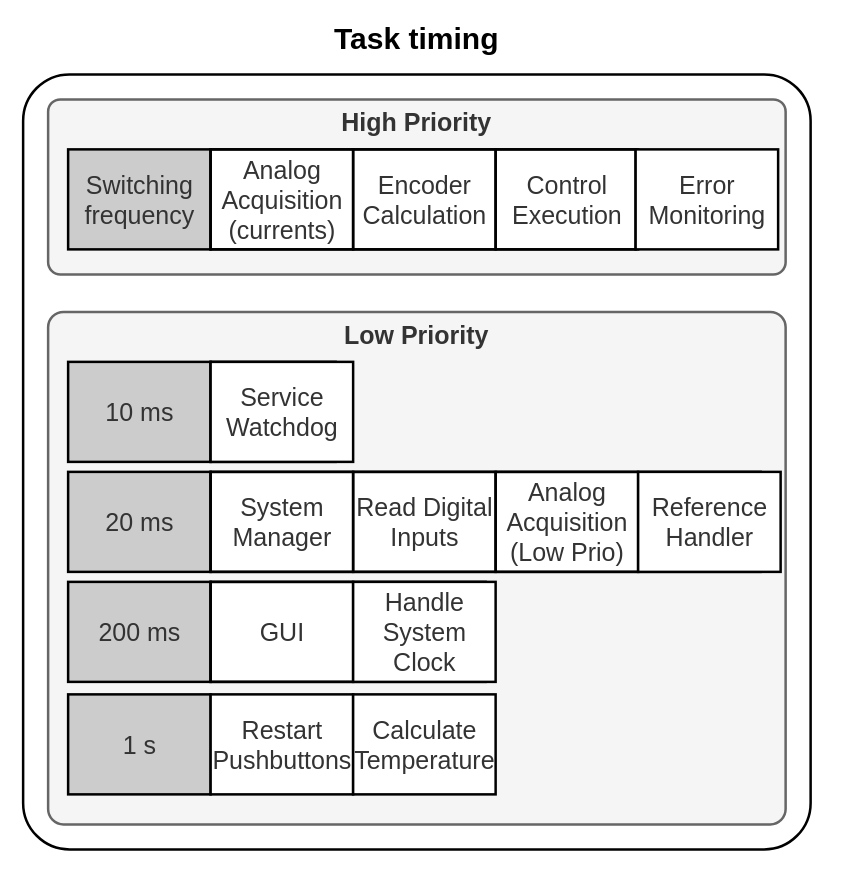
This is Report/Diagrams/TemplateTaskTiming.drawio from NicolaiFransen/SemesterProjectPED2, a draw.io file, before an edit. Source tidied: cells renumbered, new cells numbered last; positions are measured from the earlier drawing's top-left corner, leaving out a move shared by most shapes. Both pictures are drawn from the tidied source at 125%, with x=0, y=0 at pixel (22, 25).
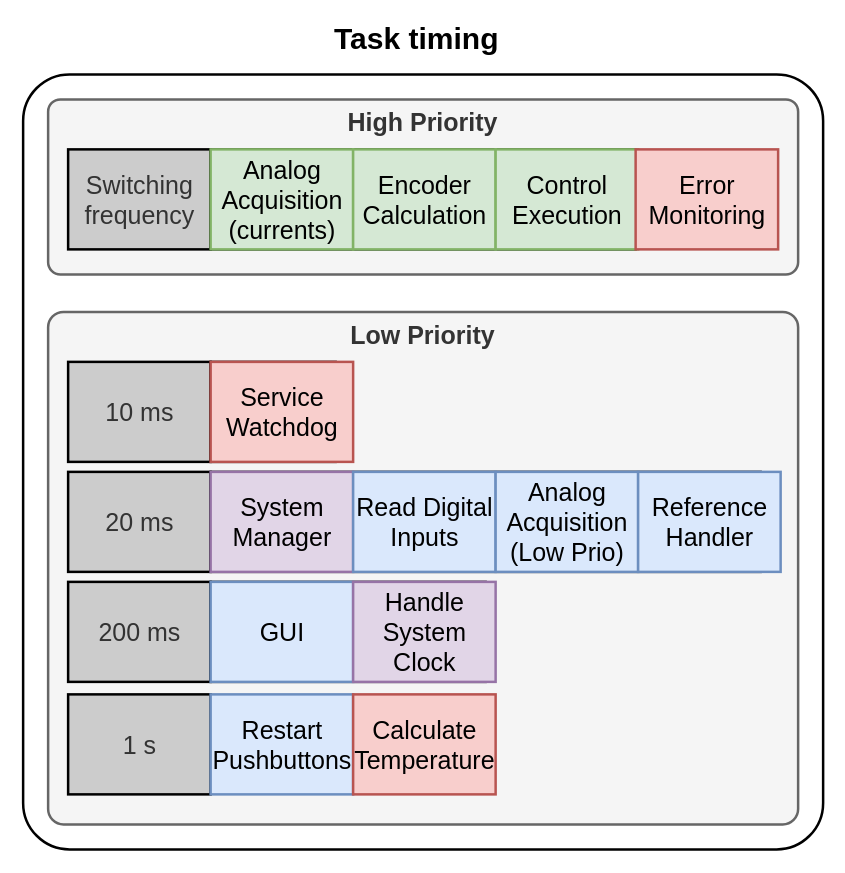
The same page after the edit.

Diff of the diagram source:
```diff
@@
     <mxCell id="2" style="rounded=1;whiteSpace=wrap;html=1;strokeWidth=2;shadow=0;imageAspect=1;arcSize=6;" parent="1" vertex="1">
-      <mxGeometry y="39" width="630" height="620" as="geometry" />
+      <mxGeometry y="39" width="640" height="620" as="geometry" />
     </mxCell>
     <mxCell id="3" value="Low Priority" style="rounded=1;whiteSpace=wrap;html=1;shadow=0;glass=0;comic=0;strokeWidth=2;fillColor=#f5f5f5;strokeColor=#666666;fontColor=#333333;verticalAlign=top;fontSize=20;fontStyle=1;arcSize=3;" parent="1" vertex="1">
-      <mxGeometry x="20" y="229" width="590" height="410" as="geometry" />
+      <mxGeometry x="20" y="229" width="600" height="410" as="geometry" />
     </mxCell>
     <mxCell id="4" value="High Priority" style="rounded=1;whiteSpace=wrap;html=1;shadow=0;glass=0;comic=0;strokeWidth=2;fillColor=#f5f5f5;strokeColor=#666666;fontColor=#333333;verticalAlign=top;fontSize=20;fontStyle=1;arcSize=7;" parent="1" vertex="1">
-      <mxGeometry x="20" y="59" width="590" height="140" as="geometry" />
+      <mxGeometry x="20" y="59" width="600" height="140" as="geometry" />
     </mxCell>
@@
-    <mxCell id="14" value="&lt;div style=&quot;font-size: 20px&quot;&gt;Analog&lt;/div&gt;&lt;div style=&quot;font-size: 20px&quot;&gt;Acquisition&lt;/div&gt;&lt;div style=&quot;font-size: 20px&quot;&gt;(currents)&lt;/div&gt;" style="html=1;rounded=0;shadow=0;glass=0;comic=0;strokeColor=#000000;strokeWidth=2;fillColor=none;fontColor=#333333;" parent="1" vertex="1">
+    <mxCell id="14" value="&lt;div style=&quot;font-size: 20px&quot;&gt;Analog&lt;/div&gt;&lt;div style=&quot;font-size: 20px&quot;&gt;Acquisition&lt;/div&gt;&lt;div style=&quot;font-size: 20px&quot;&gt;(currents)&lt;/div&gt;" style="html=1;rounded=0;shadow=0;glass=0;comic=0;strokeColor=#82b366;strokeWidth=2;fillColor=#d5e8d4;" parent="1" vertex="1">
       <mxGeometry x="150" y="99" width="114" height="80" as="geometry" />
     </mxCell>
-    <mxCell id="15" value="&lt;div style=&quot;font-size: 20px&quot;&gt;Encoder&lt;/div&gt;&lt;div style=&quot;font-size: 20px&quot;&gt;Calculation&lt;/div&gt;" style="html=1;rounded=0;shadow=0;glass=0;comic=0;strokeColor=#000000;strokeWidth=2;fillColor=none;fontColor=#333333;" parent="1" vertex="1">
+    <mxCell id="15" value="&lt;div style=&quot;font-size: 20px&quot;&gt;Encoder&lt;/div&gt;&lt;div style=&quot;font-size: 20px&quot;&gt;Calculation&lt;/div&gt;" style="html=1;rounded=0;shadow=0;glass=0;comic=0;strokeColor=#82b366;strokeWidth=2;fillColor=#d5e8d4;" parent="1" vertex="1">
       <mxGeometry x="264" y="99" width="114" height="80" as="geometry" />
     </mxCell>
-    <mxCell id="16" value="&lt;div style=&quot;font-size: 20px&quot;&gt;Control&lt;/div&gt;&lt;div style=&quot;font-size: 20px&quot;&gt;Execution&lt;/div&gt;" style="html=1;rounded=0;shadow=0;glass=0;comic=0;strokeColor=#000000;strokeWidth=2;fillColor=none;fontColor=#333333;" parent="1" vertex="1">
+    <mxCell id="16" value="&lt;div style=&quot;font-size: 20px&quot;&gt;Control&lt;/div&gt;&lt;div style=&quot;font-size: 20px&quot;&gt;Execution&lt;/div&gt;" style="html=1;rounded=0;shadow=0;glass=0;comic=0;strokeColor=#82b366;strokeWidth=2;fillColor=#d5e8d4;" parent="1" vertex="1">
       <mxGeometry x="378" y="99" width="114" height="80" as="geometry" />
     </mxCell>
-    <mxCell id="17" value="&lt;div style=&quot;font-size: 20px&quot;&gt;Error&lt;/div&gt;&lt;div style=&quot;font-size: 20px&quot;&gt;Monitoring&lt;/div&gt;" style="html=1;rounded=0;shadow=0;glass=0;comic=0;strokeColor=#000000;strokeWidth=2;fillColor=#ffffff;fontColor=#333333;" parent="1" vertex="1">
+    <mxCell id="17" value="&lt;div style=&quot;font-size: 20px&quot;&gt;Error&lt;/div&gt;&lt;div style=&quot;font-size: 20px&quot;&gt;Monitoring&lt;/div&gt;" style="html=1;rounded=0;shadow=0;glass=0;comic=0;strokeColor=#b85450;strokeWidth=2;fillColor=#f8cecc;" parent="1" vertex="1">
       <mxGeometry x="490" y="99" width="114" height="80" as="geometry" />
     </mxCell>
-    <mxCell id="18" value="&lt;div style=&quot;font-size: 20px&quot;&gt;Service&lt;/div&gt;&lt;div style=&quot;font-size: 20px&quot;&gt;Watchdog&lt;/div&gt;" style="html=1;rounded=0;shadow=0;glass=0;comic=0;strokeColor=#000000;strokeWidth=2;fillColor=#ffffff;fontColor=#333333;" parent="1" vertex="1">
+    <mxCell id="18" value="&lt;div style=&quot;font-size: 20px&quot;&gt;Service&lt;/div&gt;&lt;div style=&quot;font-size: 20px&quot;&gt;Watchdog&lt;/div&gt;" style="html=1;rounded=0;shadow=0;glass=0;comic=0;strokeColor=#b85450;strokeWidth=2;fillColor=#f8cecc;" parent="1" vertex="1">
       <mxGeometry x="150" y="269" width="114" height="80" as="geometry" />
     </mxCell>
-    <mxCell id="19" value="&lt;div style=&quot;font-size: 20px&quot;&gt;System&lt;/div&gt;&lt;div style=&quot;font-size: 20px&quot;&gt;Manager&lt;/div&gt;" style="html=1;rounded=0;shadow=0;glass=0;comic=0;strokeColor=#000000;strokeWidth=2;fillColor=none;fontColor=#333333;" parent="1" vertex="1">
+    <mxCell id="19" value="&lt;div style=&quot;font-size: 20px&quot;&gt;System&lt;/div&gt;&lt;div style=&quot;font-size: 20px&quot;&gt;Manager&lt;/div&gt;" style="html=1;rounded=0;shadow=0;glass=0;comic=0;strokeColor=#9673a6;strokeWidth=2;fillColor=#e1d5e7;" parent="1" vertex="1">
       <mxGeometry x="150" y="357" width="114" height="80" as="geometry" />
     </mxCell>
-    <mxCell id="20" value="&lt;div style=&quot;font-size: 20px&quot;&gt;Read Digital&lt;/div&gt;&lt;div style=&quot;font-size: 20px&quot;&gt;Inputs&lt;/div&gt;" style="html=1;rounded=0;shadow=0;glass=0;comic=0;strokeColor=#000000;strokeWidth=2;fillColor=none;fontColor=#333333;" parent="1" vertex="1">
+    <mxCell id="20" value="&lt;div style=&quot;font-size: 20px&quot;&gt;Read Digital&lt;/div&gt;&lt;div style=&quot;font-size: 20px&quot;&gt;Inputs&lt;/div&gt;" style="html=1;rounded=0;shadow=0;glass=0;comic=0;strokeColor=#6c8ebf;strokeWidth=2;fillColor=#dae8fc;" parent="1" vertex="1">
       <mxGeometry x="264" y="357" width="114" height="80" as="geometry" />
     </mxCell>
-    <mxCell id="21" value="&lt;div style=&quot;font-size: 20px&quot;&gt;Analog&lt;/div&gt;&lt;div style=&quot;font-size: 20px&quot;&gt;&lt;span&gt;Acquisition&lt;/span&gt;&lt;/div&gt;&lt;div style=&quot;font-size: 20px&quot;&gt;&lt;span&gt;(Low Prio)&lt;/span&gt;&lt;/div&gt;" style="html=1;rounded=0;shadow=0;glass=0;comic=0;strokeColor=#000000;strokeWidth=2;fillColor=none;fontColor=#333333;" parent="1" vertex="1">
+    <mxCell id="21" value="&lt;div style=&quot;font-size: 20px&quot;&gt;Analog&lt;/div&gt;&lt;div style=&quot;font-size: 20px&quot;&gt;&lt;span&gt;Acquisition&lt;/span&gt;&lt;/div&gt;&lt;div style=&quot;font-size: 20px&quot;&gt;&lt;span&gt;(Low Prio)&lt;/span&gt;&lt;/div&gt;" style="html=1;rounded=0;shadow=0;glass=0;comic=0;strokeColor=#6c8ebf;strokeWidth=2;fillColor=#dae8fc;gradientDirection=east;" parent="1" vertex="1">
       <mxGeometry x="378" y="357" width="114" height="80" as="geometry" />
     </mxCell>
-    <mxCell id="22" value="&lt;div style=&quot;font-size: 20px&quot;&gt;Reference&lt;/div&gt;&lt;div style=&quot;font-size: 20px&quot;&gt;Handler&lt;/div&gt;" style="html=1;rounded=0;shadow=0;glass=0;comic=0;strokeColor=#000000;strokeWidth=2;fillColor=#ffffff;fontColor=#333333;" parent="1" vertex="1">
+    <mxCell id="22" value="&lt;div style=&quot;font-size: 20px&quot;&gt;Reference&lt;/div&gt;&lt;div style=&quot;font-size: 20px&quot;&gt;Handler&lt;/div&gt;" style="html=1;rounded=0;shadow=0;glass=0;comic=0;strokeColor=#6c8ebf;strokeWidth=2;fillColor=#dae8fc;" parent="1" vertex="1">
       <mxGeometry x="492" y="357" width="114" height="80" as="geometry" />
     </mxCell>
-    <mxCell id="23" value="&lt;div style=&quot;font-size: 20px&quot;&gt;GUI&lt;/div&gt;" style="html=1;rounded=0;shadow=0;glass=0;comic=0;strokeColor=#000000;strokeWidth=2;fillColor=none;fontColor=#333333;" parent="1" vertex="1">
+    <mxCell id="23" value="&lt;div style=&quot;font-size: 20px&quot;&gt;GUI&lt;/div&gt;" style="html=1;rounded=0;shadow=0;glass=0;comic=0;strokeColor=#6c8ebf;strokeWidth=2;fillColor=#dae8fc;" parent="1" vertex="1">
       <mxGeometry x="150" y="445" width="114" height="80" as="geometry" />
     </mxCell>
-    <mxCell id="24" value="&lt;div style=&quot;font-size: 20px&quot;&gt;Handle&lt;/div&gt;&lt;div style=&quot;font-size: 20px&quot;&gt;System&lt;/div&gt;&lt;div style=&quot;font-size: 20px&quot;&gt;Clock&lt;/div&gt;" style="html=1;rounded=0;shadow=0;glass=0;comic=0;strokeColor=#000000;strokeWidth=2;fillColor=#ffffff;fontColor=#333333;" parent="1" vertex="1">
+    <mxCell id="24" value="&lt;div style=&quot;font-size: 20px&quot;&gt;Handle&lt;/div&gt;&lt;div style=&quot;font-size: 20px&quot;&gt;System&lt;/div&gt;&lt;div style=&quot;font-size: 20px&quot;&gt;Clock&lt;/div&gt;" style="html=1;rounded=0;shadow=0;glass=0;comic=0;strokeColor=#9673a6;strokeWidth=2;fillColor=#e1d5e7;" parent="1" vertex="1">
       <mxGeometry x="264" y="445" width="114" height="80" as="geometry" />
     </mxCell>
@@
-    <mxCell id="26" value="&lt;div style=&quot;font-size: 20px&quot;&gt;Restart&lt;/div&gt;&lt;div style=&quot;font-size: 20px&quot;&gt;Pushbuttons&lt;/div&gt;" style="html=1;rounded=0;shadow=0;glass=0;comic=0;strokeColor=#000000;strokeWidth=2;fillColor=#ffffff;fontColor=#333333;" parent="1" vertex="1">
+    <mxCell id="26" value="&lt;div style=&quot;font-size: 20px&quot;&gt;Restart&lt;/div&gt;&lt;div style=&quot;font-size: 20px&quot;&gt;Pushbuttons&lt;/div&gt;" style="html=1;rounded=0;shadow=0;glass=0;comic=0;strokeColor=#6c8ebf;strokeWidth=2;fillColor=#dae8fc;" parent="1" vertex="1">
       <mxGeometry x="150" y="535" width="114" height="80" as="geometry" />
     </mxCell>
-    <mxCell id="27" value="&lt;div style=&quot;font-size: 20px&quot;&gt;Calculate&lt;/div&gt;&lt;div style=&quot;font-size: 20px&quot;&gt;Temperature&lt;/div&gt;" style="html=1;rounded=0;shadow=0;glass=0;comic=0;strokeColor=#000000;strokeWidth=2;fillColor=#ffffff;fontColor=#333333;" parent="1" vertex="1">
+    <mxCell id="27" value="&lt;div style=&quot;font-size: 20px&quot;&gt;Calculate&lt;/div&gt;&lt;div style=&quot;font-size: 20px&quot;&gt;Temperature&lt;/div&gt;" style="html=1;rounded=0;shadow=0;glass=0;comic=0;strokeColor=#b85450;strokeWidth=2;fillColor=#f8cecc;" parent="1" vertex="1">
       <mxGeometry x="264" y="535" width="114" height="80" as="geometry" />
     </mxCell>
```
